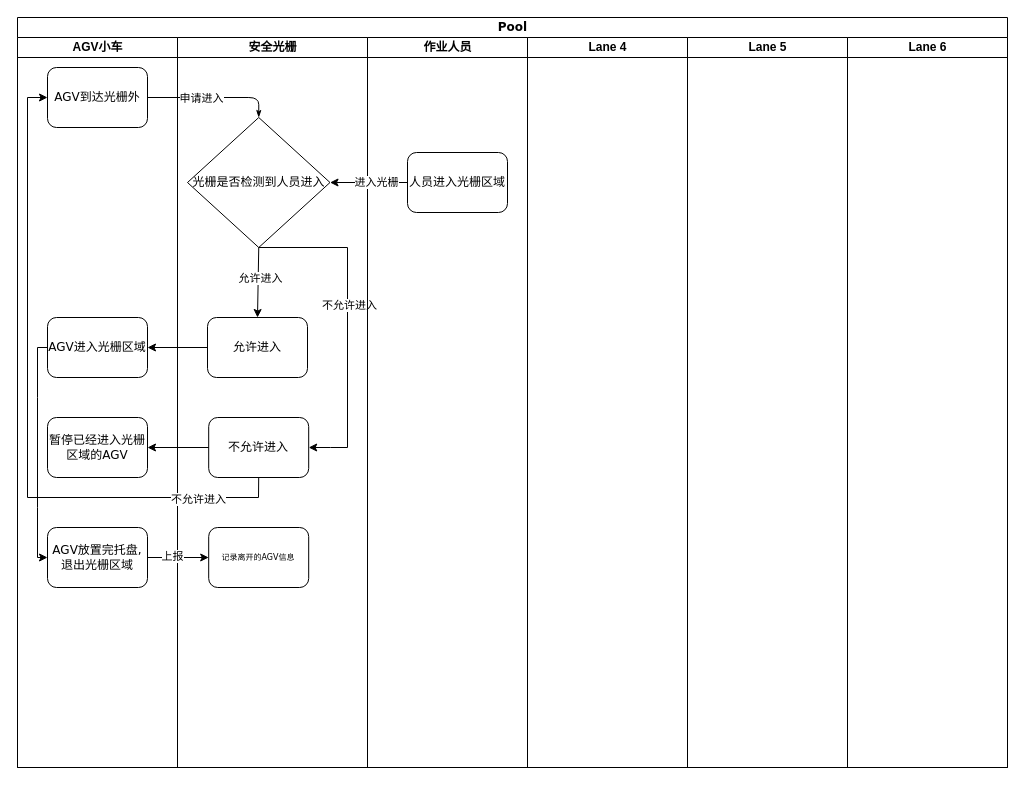
Above: data/上海上美定制需求流程图.drawio in chenyanxi/hosts (draw.io), before the change. Source tidied: cells renumbered, new cells numbered last; positions are measured from the earlier drawing's top-left corner, leaving out a move shared by most shapes. Both pictures are drawn from the tidied source at 100%, with x=0, y=0 at pixel (17, 17).
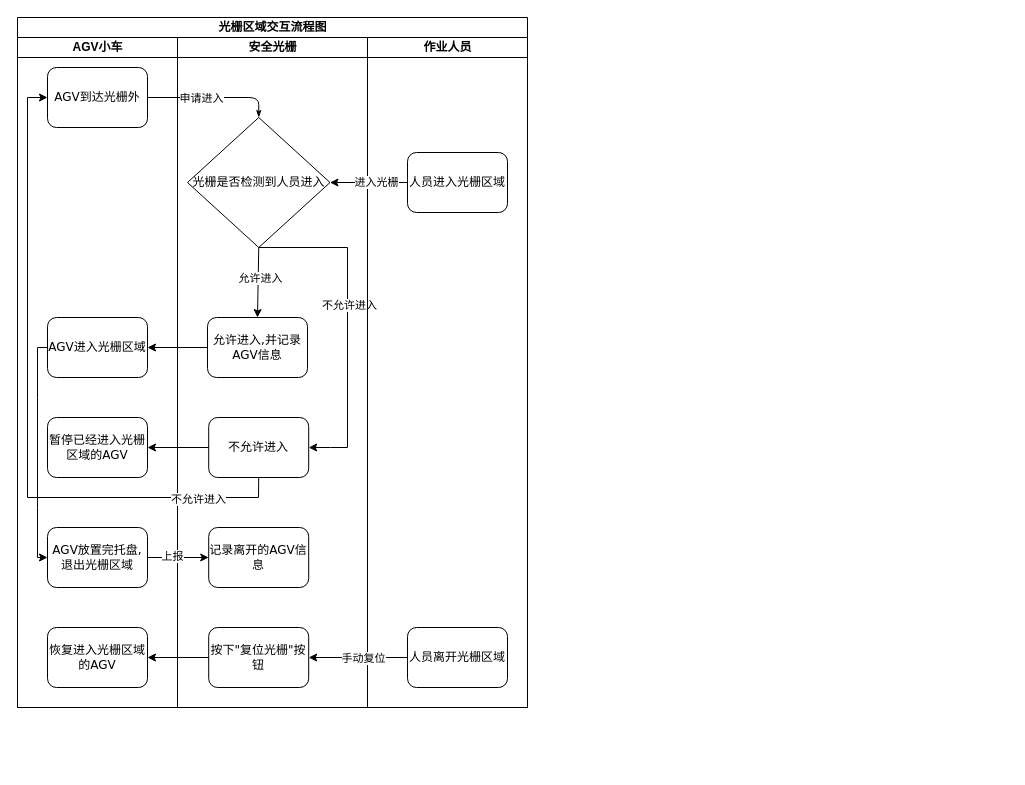
After the change.

Commit message (it also covers changes not shown here):
更新上海上美定制需求流程图.drawio

What changed in the source:
```diff
@@
-    <mxCell id="2" value="&lt;font style=&quot;font-size: 12px;&quot;&gt;Pool&lt;/font&gt;" style="swimlane;html=1;startSize=20;rounded=0;shadow=0;labelBackgroundColor=none;strokeWidth=1;fontFamily=Verdana;fontSize=8;align=center;" parent="1" vertex="1">
-      <mxGeometry width="990" height="750" as="geometry" />
+    <mxCell id="2" value="&lt;font style=&quot;font-size: 12px;&quot;&gt;光栅区域交互流程图&lt;/font&gt;" style="swimlane;html=1;startSize=20;rounded=0;shadow=0;labelBackgroundColor=none;strokeWidth=1;fontFamily=Verdana;fontSize=8;align=center;" parent="1" vertex="1">
+      <mxGeometry width="510" height="690" as="geometry" />
     </mxCell>
     <mxCell id="3" value="AGV小车" style="swimlane;html=1;startSize=20;" parent="2" vertex="1">
-      <mxGeometry y="20" width="160" height="730" as="geometry" />
+      <mxGeometry y="20" width="160" height="670" as="geometry" />
     </mxCell>
@@
+    <mxCell id="33" value="&lt;span style=&quot;font-size: 12px;&quot;&gt;恢复进入光栅区域的AGV&lt;/span&gt;" style="rounded=1;whiteSpace=wrap;html=1;shadow=0;labelBackgroundColor=none;strokeWidth=1;fontFamily=Verdana;fontSize=8;align=center;" parent="3" vertex="1">
+      <mxGeometry x="30" y="590" width="100" height="60" as="geometry" />
+    </mxCell>
@@
     <mxCell id="11" value="安全光栅" style="swimlane;html=1;startSize=20;" parent="2" vertex="1">
-      <mxGeometry x="160" y="20" width="190" height="730" as="geometry" />
+      <mxGeometry x="160" y="20" width="190" height="670" as="geometry" />
     </mxCell>
@@
-    <mxCell id="13" value="&lt;font style=&quot;font-size: 12px;&quot;&gt;允许进入&lt;/font&gt;" style="rounded=1;whiteSpace=wrap;html=1;shadow=0;labelBackgroundColor=none;strokeWidth=1;fontFamily=Verdana;fontSize=8;align=center;" parent="11" vertex="1">
+    <mxCell id="13" value="&lt;font style=&quot;font-size: 12px;&quot;&gt;允许进入,并记录AGV信息&lt;/font&gt;" style="rounded=1;whiteSpace=wrap;html=1;shadow=0;labelBackgroundColor=none;strokeWidth=1;fontFamily=Verdana;fontSize=8;align=center;" parent="11" vertex="1">
       <mxGeometry x="30" y="280" width="100" height="60" as="geometry" />
     </mxCell>
@@
-    <mxCell id="19" value="记录离开的AGV信息" style="rounded=1;whiteSpace=wrap;html=1;shadow=0;labelBackgroundColor=none;strokeWidth=1;fontFamily=Verdana;fontSize=8;align=center;" parent="11" vertex="1">
+    <mxCell id="19" value="&lt;font style=&quot;font-size: 12px;&quot;&gt;记录离开的AGV信息&lt;/font&gt;" style="rounded=1;whiteSpace=wrap;html=1;shadow=0;labelBackgroundColor=none;strokeWidth=1;fontFamily=Verdana;fontSize=8;align=center;" parent="11" vertex="1">
       <mxGeometry x="31.2" y="490" width="100" height="60" as="geometry" />
     </mxCell>
+    <mxCell id="34" value="&lt;font style=&quot;font-size: 12px;&quot;&gt;按下&quot;复位光栅&quot;按钮&lt;/font&gt;" style="rounded=1;whiteSpace=wrap;html=1;shadow=0;labelBackgroundColor=none;strokeWidth=1;fontFamily=Verdana;fontSize=8;align=center;" parent="11" vertex="1">
+      <mxGeometry x="31.2" y="590" width="100" height="60" as="geometry" />
+    </mxCell>
     <mxCell id="20" value="作业人员" style="swimlane;html=1;startSize=20;" parent="2" vertex="1">
-      <mxGeometry x="350" y="20" width="160" height="730" as="geometry" />
+      <mxGeometry x="350" y="20" width="160" height="670" as="geometry" />
     </mxCell>
@@
-    <mxCell id="22" value="Lane 4" style="swimlane;html=1;startSize=20;" parent="2" vertex="1">
-      <mxGeometry x="510" y="20" width="160" height="730" as="geometry" />
-    </mxCell>
-    <mxCell id="23" value="Lane 5" style="swimlane;html=1;startSize=20;" parent="2" vertex="1">
-      <mxGeometry x="670" y="20" width="160" height="730" as="geometry" />
-    </mxCell>
-    <mxCell id="24" value="Lane 6" style="swimlane;html=1;startSize=20;" parent="2" vertex="1">
-      <mxGeometry x="830" y="20" width="160" height="730" as="geometry" />
-    </mxCell>
+    <mxCell id="35" value="&lt;font style=&quot;font-size: 12px;&quot;&gt;人员离开光栅区域&lt;/font&gt;" style="rounded=1;whiteSpace=wrap;html=1;shadow=0;labelBackgroundColor=none;strokeWidth=1;fontFamily=Verdana;fontSize=8;align=center;" parent="20" vertex="1">
+      <mxGeometry x="40" y="590" width="100" height="60" as="geometry" />
+    </mxCell>
@@
+    <mxCell id="36" style="endArrow=classic;html=1;rounded=0;exitX=0;exitY=0.5;exitDx=0;exitDy=0;entryX=1;entryY=0.5;entryDx=0;entryDy=0;" parent="2" edge="1" source="35" target="34">
+      <mxGeometry relative="1" as="geometry" />
+    </mxCell>
+    <mxCell id="37" value="手动复位" style="edgeLabel;html=1;align=center;verticalAlign=middle;" parent="36" vertex="1">
+      <mxGeometry x="-0.09" relative="1" as="geometry" />
+    </mxCell>
+    <mxCell id="38" style="endArrow=classic;html=1;rounded=0;exitX=0;exitY=0.5;exitDx=0;exitDy=0;entryX=1;entryY=0.5;entryDx=0;entryDy=0;" parent="2" edge="1" source="34" target="33">
+      <mxGeometry relative="1" as="geometry" />
+    </mxCell>
```
